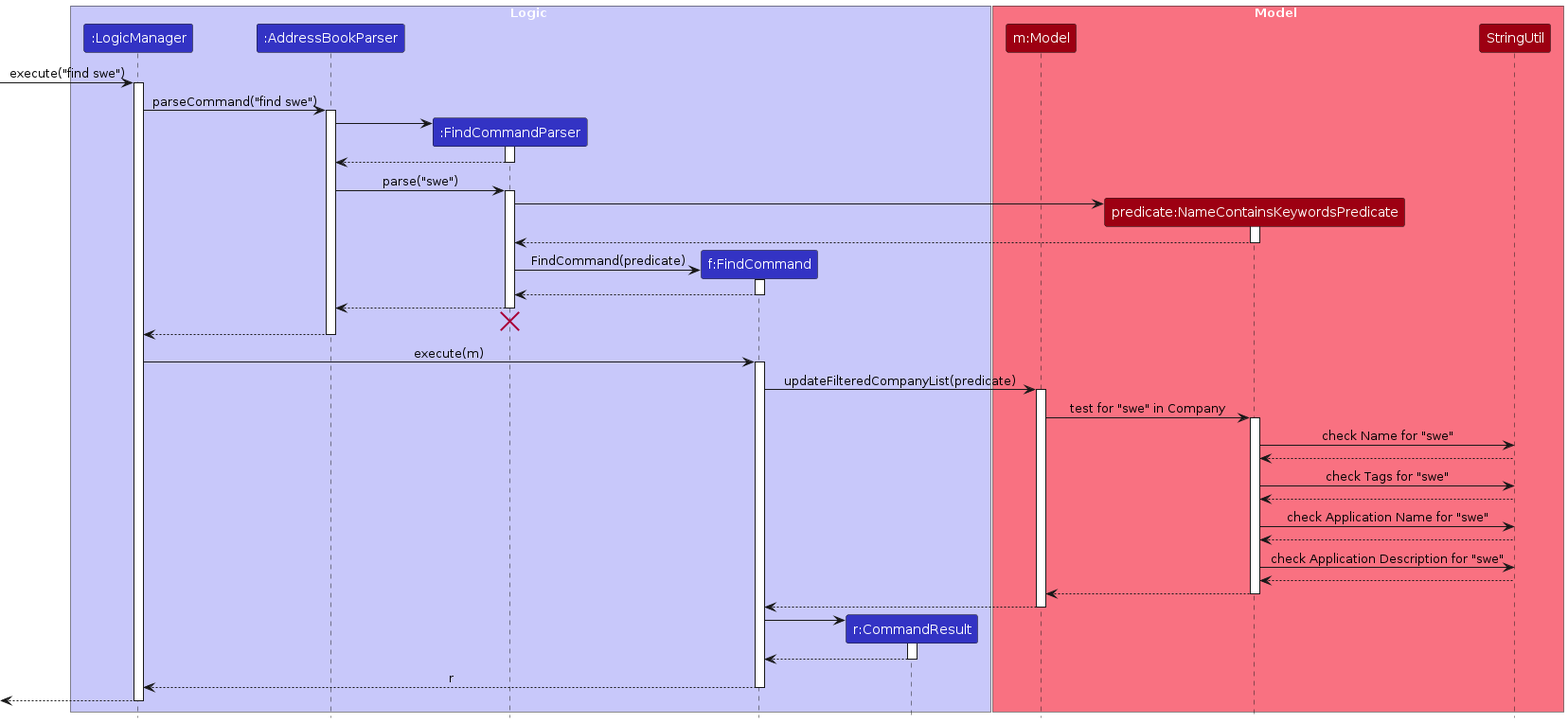
Before: diagrams/FindSequenceDiagram.png, a diagram exported from PlantUML (AY2425S1-CS2103T-T09-1/tp). Its source is kept beside it as diagrams/FindSequenceDiagram.puml.
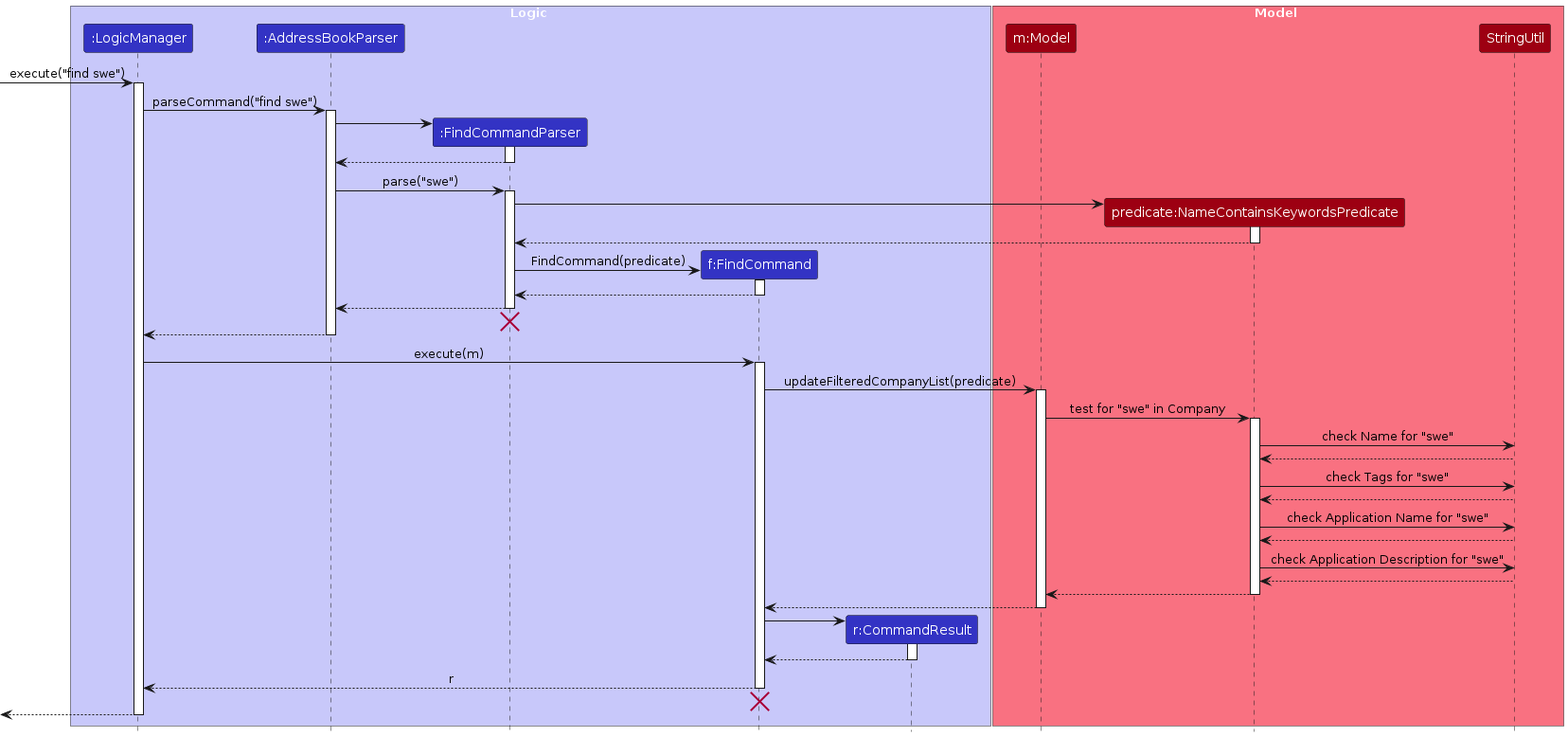
Later version of the same file.

What changed in the source:
```diff
@@ -95,6 +95,9 @@
 FindCommand --> LogicManager : r
 deactivate FindCommand
 
+FindCommand -[hidden]-> LogicManager
+destroy FindCommand
+
 [<--LogicManager
 deactivate LogicManager
 @enduml
```
